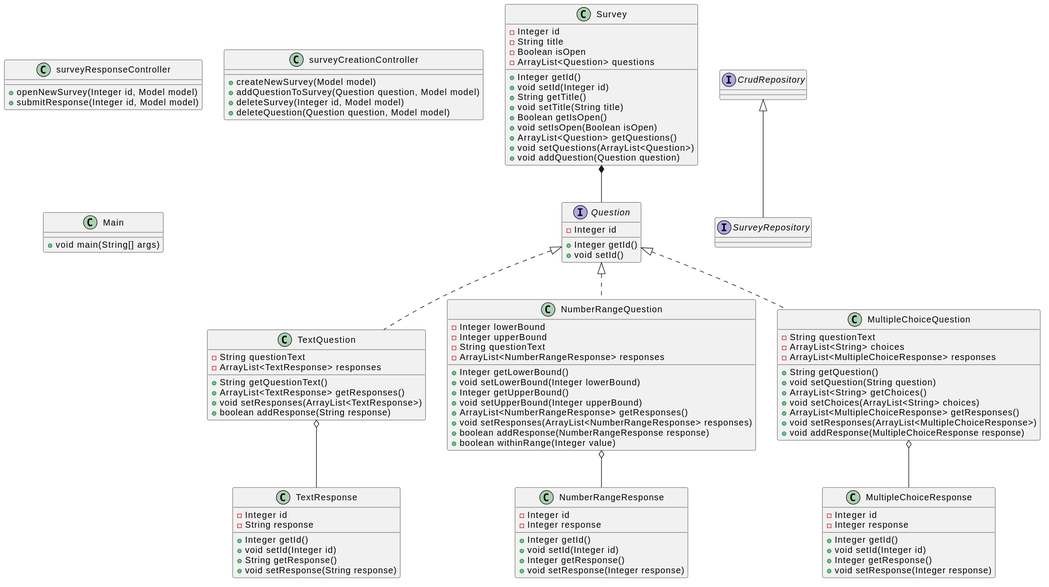
Earlier version of the PlantUML export plantUML/rendered/java-class-diagram.svg (elyssagrant/SYSC4806-Group-Project).
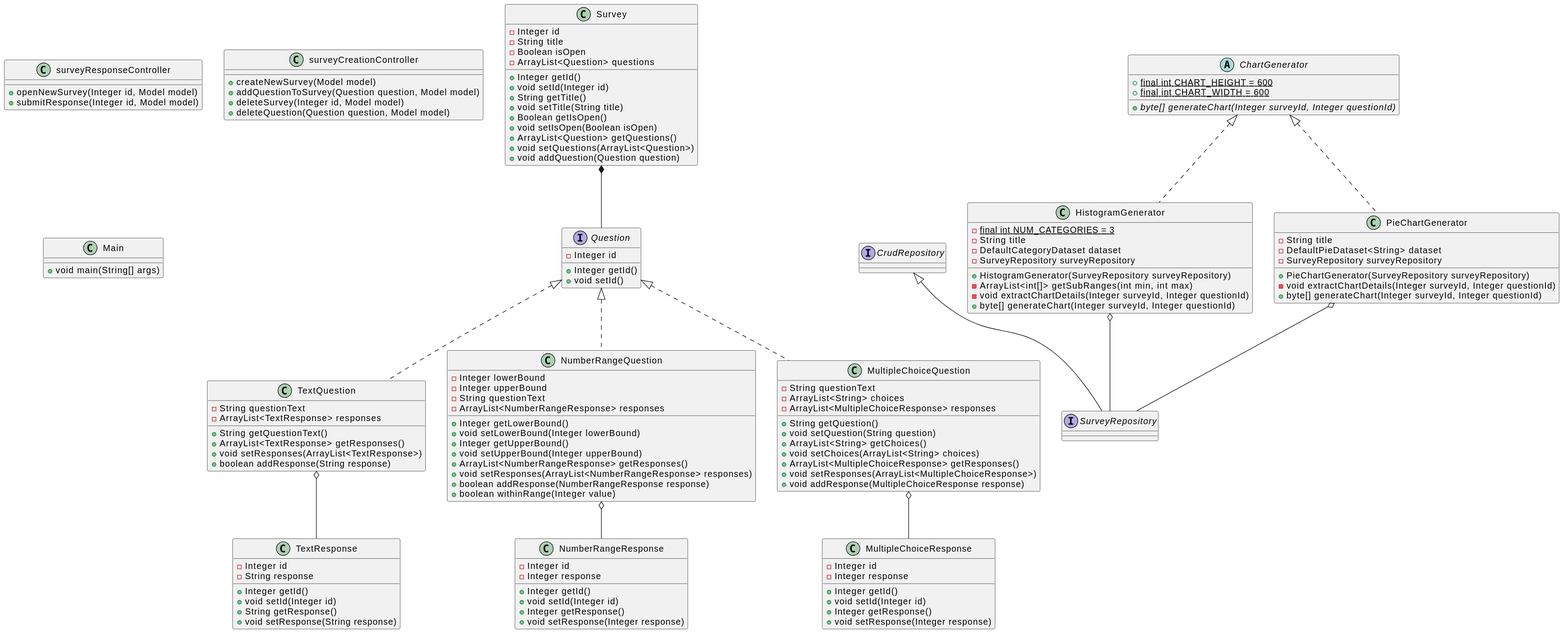
Above is the later version.

Commit message:
ci: render plantUML [skip ci]

What changed in the source:
```diff
@@ -108,9 +108,36 @@
 interface SurveyRepository implements CrudRepository {
 
 }
+abstract class ChartGenerator {
++ {static} final int CHART_HEIGHT = 600
++ {static} final int CHART_WIDTH = 600
++ {abstract} byte[] generateChart(Integer surveyId, Integer questionId)
+}
+
+class HistogramGenerator implements ChartGenerator{
+- {static} final int NUM_CATEGORIES = 3
+- String title
+- DefaultCategoryDataset dataset
+- SurveyRepository surveyRepository
++ HistogramGenerator(SurveyRepository surveyRepository)
+- ArrayList<int[]> getSubRanges(int min, int max)
+- void extractChartDetails(Integer surveyId, Integer questionId)
++ byte[] generateChart(Integer surveyId, Integer questionId)
+}
+
+class PieChartGenerator implements ChartGenerator{
+- String title
+- DefaultPieDataset<String> dataset
+- SurveyRepository surveyRepository
++ PieChartGenerator(SurveyRepository surveyRepository)
+- void extractChartDetails(Integer surveyId, Integer questionId)
++ byte[] generateChart(Integer surveyId, Integer questionId)
+}
 
 Survey *-- Question
 TextQuestion o-- TextResponse
 NumberRangeQuestion o-- NumberRangeResponse
 MultipleChoiceQuestion o-- MultipleChoiceResponse
+HistogramGenerator o-- SurveyRepository
+PieChartGenerator o-- SurveyRepository
 @enduml
```
